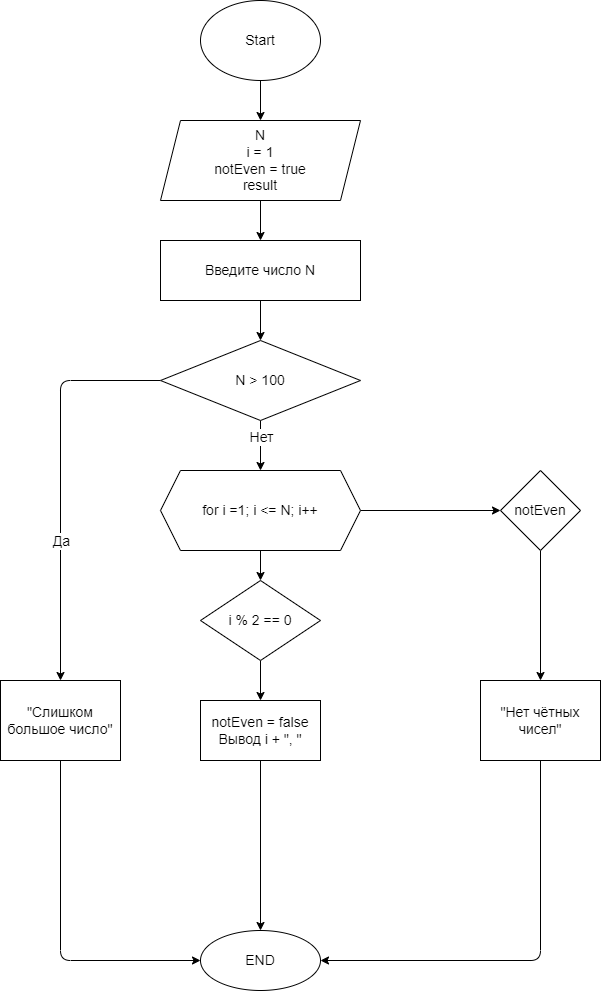
The draw.io diagram Homework/Homework_01/Ex008/diagram.drawio.png in shenlindao/CSharp, before a commit. Source tidied: cells renumbered, new cells last; positions are measured from the earlier drawing's top-left corner, leaving out a move shared by most shapes.
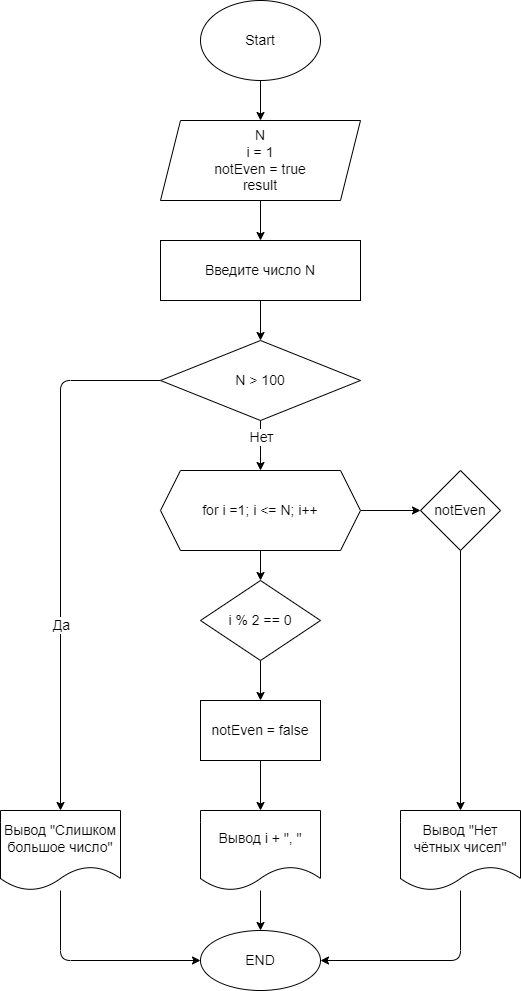
The same file after the commit.

Commit message:
Ex008_fix_mistake_diagram_v3

The edit, as a diff of the source:
```diff
@@ -25,8 +25,9 @@
     <mxCell id="8" value="END" style="ellipse;whiteSpace=wrap;html=1;fontSize=14;" parent="1" vertex="1">
       <mxGeometry x="200" y="930" width="120" height="60" as="geometry" />
     </mxCell>
-    <mxCell id="9" style="edgeStyle=none;html=1;entryX=0.5;entryY=0;entryDx=0;entryDy=0;fontSize=14;" parent="1" edge="1" source="13" target="17">
+    <mxCell id="9" style="edgeStyle=none;html=1;fontSize=14;" parent="1" edge="1" source="13">
       <mxGeometry relative="1" as="geometry">
+        <mxPoint x="60" y="810" as="targetPoint" />
         <Array as="points">
           <mxPoint x="60" y="380" />
         </Array>
@@ -44,22 +45,21 @@
     <mxCell id="13" value="N &amp;gt; 100" style="rhombus;whiteSpace=wrap;html=1;fontSize=14;" parent="1" vertex="1">
       <mxGeometry x="160" y="340" width="200" height="80" as="geometry" />
     </mxCell>
-    <mxCell id="14" style="edgeStyle=none;html=1;entryX=0.5;entryY=0;entryDx=0;entryDy=0;fontSize=14;" parent="1" edge="1" source="15" target="8">
-      <mxGeometry relative="1" as="geometry" />
+    <mxCell id="14" style="edgeStyle=none;html=1;fontSize=14;" parent="1" edge="1" source="15">
+      <mxGeometry relative="1" as="geometry">
+        <mxPoint x="260" y="810" as="targetPoint" />
+      </mxGeometry>
     </mxCell>
-    <mxCell id="15" value="notEven = false&lt;br&gt;Вывод i + &quot;, &quot;" style="rounded=0;whiteSpace=wrap;html=1;fontSize=14;" parent="1" vertex="1">
+    <mxCell id="15" value="notEven = false" style="rounded=0;whiteSpace=wrap;html=1;fontSize=14;" parent="1" vertex="1">
       <mxGeometry x="200" y="700" width="120" height="60" as="geometry" />
     </mxCell>
-    <mxCell id="16" style="edgeStyle=none;html=1;entryX=0;entryY=0.5;entryDx=0;entryDy=0;fontSize=14;" parent="1" edge="1" source="17" target="8">
+    <mxCell id="16" style="edgeStyle=none;html=1;entryX=0;entryY=0.5;entryDx=0;entryDy=0;fontSize=14;startArrow=none;" parent="1" edge="1" source="27" target="8">
       <mxGeometry relative="1" as="geometry">
         <Array as="points">
           <mxPoint x="60" y="960" />
         </Array>
       </mxGeometry>
     </mxCell>
-    <mxCell id="17" value="&quot;Слишком большое число&quot;" style="rounded=0;whiteSpace=wrap;html=1;fontSize=14;" parent="1" vertex="1">
-      <mxGeometry y="680" width="120" height="80" as="geometry" />
-    </mxCell>
     <mxCell id="18" style="edgeStyle=none;html=1;fontSize=14;" parent="1" edge="1" source="20" target="22">
       <mxGeometry relative="1" as="geometry" />
     </mxCell>
@@ -75,21 +75,30 @@
     <mxCell id="22" value="i % 2 == 0" style="rhombus;whiteSpace=wrap;html=1;fontSize=14;" parent="1" vertex="1">
       <mxGeometry x="200" y="580" width="120" height="80" as="geometry" />
     </mxCell>
-    <mxCell id="23" style="edgeStyle=none;html=1;fontSize=14;entryX=0.5;entryY=0;entryDx=0;entryDy=0;" parent="1" edge="1" source="24" target="26">
+    <mxCell id="23" style="edgeStyle=none;html=1;fontSize=14;entryX=0.5;entryY=0;entryDx=0;entryDy=0;" parent="1" edge="1" source="24" target="30">
       <mxGeometry relative="1" as="geometry" />
     </mxCell>
     <mxCell id="24" value="notEven" style="rhombus;whiteSpace=wrap;html=1;fontSize=14;" parent="1" vertex="1">
-      <mxGeometry x="500" y="470" width="80" height="80" as="geometry" />
+      <mxGeometry x="420" y="470" width="80" height="80" as="geometry" />
     </mxCell>
-    <mxCell id="25" style="edgeStyle=none;html=1;entryX=1;entryY=0.5;entryDx=0;entryDy=0;fontSize=14;" parent="1" edge="1" source="26" target="8">
+    <mxCell id="25" style="edgeStyle=none;html=1;entryX=1;entryY=0.5;entryDx=0;entryDy=0;fontSize=14;startArrow=none;" parent="1" edge="1" source="30" target="8">
       <mxGeometry relative="1" as="geometry">
         <Array as="points">
-          <mxPoint x="540" y="960" />
+          <mxPoint x="460" y="960" />
         </Array>
       </mxGeometry>
     </mxCell>
-    <mxCell id="26" value="&quot;Нет чётных чисел&quot;" style="rounded=0;whiteSpace=wrap;html=1;fontSize=14;" parent="1" vertex="1">
-      <mxGeometry x="480" y="680" width="120" height="80" as="geometry" />
-    </mxCell>
+    <mxCell id="27" value="Вывод &quot;Слишком большое число&quot;" style="shape=document;whiteSpace=wrap;html=1;boundedLbl=1;fontSize=14;" parent="1" vertex="1">
+      <mxGeometry y="810" width="120" height="80" as="geometry" />
+    </mxCell>
+    <mxCell id="28" style="edgeStyle=none;html=1;fontSize=14;" parent="1" edge="1" source="29" target="8">
+      <mxGeometry relative="1" as="geometry" />
+    </mxCell>
+    <mxCell id="29" value="Вывод i + &quot;, &quot;" style="shape=document;whiteSpace=wrap;html=1;boundedLbl=1;fontSize=14;" parent="1" vertex="1">
+      <mxGeometry x="200" y="810" width="120" height="80" as="geometry" />
+    </mxCell>
+    <mxCell id="30" value="Вывод &quot;Нет чётных чисел&quot;" style="shape=document;whiteSpace=wrap;html=1;boundedLbl=1;fontSize=14;" parent="1" vertex="1">
+      <mxGeometry x="400" y="810" width="120" height="80" as="geometry" />
+    </mxCell>
   </root>
 </mxGraphModel>
```
